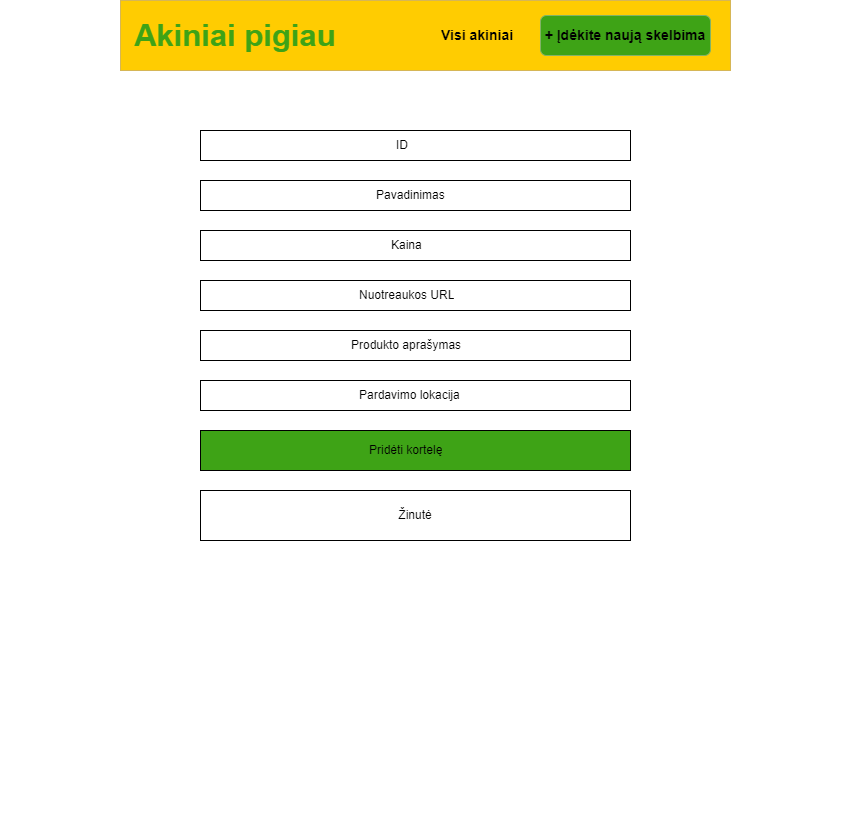
This is wireframes/addCard.png from pikolas666/type17-javascript-final-work, a draw.io export, as it was before one commit. Source tidied: cells renumbered, new cells last; positions are measured from the earlier drawing's top-left corner, leaving out a move shared by most shapes. The source it was exported from:
```xml
<mxGraphModel>
  <root>
    <mxCell id="0" />
    <mxCell id="1" parent="0" />
    <mxCell id="2" style="rounded=0;whiteSpace=wrap;html=1;fillColor=#fff2cc;strokeColor=#d6b656;" parent="1" vertex="1">
      <mxGeometry x="120" y="30" width="600" height="90" as="geometry" />
    </mxCell>
    <mxCell id="3" value="Akiniai pigiau" style="text;strokeColor=none;fillColor=none;align=center;verticalAlign=middle;spacingLeft=4;spacingRight=4;overflow=hidden;whiteSpace=wrap;html=1;horizontal=1;fontSize=31;fontStyle=1;fontColor=#3ea316;" parent="1" vertex="1">
      <mxGeometry x="130" y="45" width="230" height="60" as="geometry" />
    </mxCell>
    <mxCell id="4" style="rounded=0;whiteSpace=wrap;html=1;" parent="1" vertex="1">
      <mxGeometry x="120" y="120" width="600" height="590" as="geometry" />
    </mxCell>
    <mxCell id="5" value="&lt;b&gt;Visi akiniai&lt;/b&gt;" style="text;strokeColor=none;fillColor=none;align=left;verticalAlign=middle;spacingLeft=4;spacingRight=4;overflow=hidden;whiteSpace=wrap;html=1;fontSize=14;" parent="1" vertex="1">
      <mxGeometry x="425" y="60" width="90" height="30" as="geometry" />
    </mxCell>
    <mxCell id="6" value="&lt;font style=&quot;font-size: 14px;&quot;&gt;&lt;b&gt;+ Įdėkite naują skelbima&lt;/b&gt;&lt;/font&gt;" style="rounded=1;whiteSpace=wrap;html=1;fillColor=#3ea316;strokeColor=#82b366;" parent="1" vertex="1">
      <mxGeometry x="530" y="55" width="170" height="40" as="geometry" />
    </mxCell>
    <mxCell id="7" style="rounded=0;whiteSpace=wrap;html=1;labelBackgroundColor=#e6e6e6;dashed=1;dashPattern=1 4;strokeColor=none;" parent="1" vertex="1">
      <mxGeometry width="850" height="835" as="geometry" />
    </mxCell>
    <mxCell id="8" style="rounded=0;whiteSpace=wrap;html=1;fillColor=#FFCC01;strokeColor=#d6b656;" parent="1" vertex="1">
      <mxGeometry x="120" width="610" height="70" as="geometry" />
    </mxCell>
    <mxCell id="9" value="Akiniai pigiau" style="text;strokeColor=none;fillColor=none;align=center;verticalAlign=middle;spacingLeft=4;spacingRight=4;overflow=hidden;whiteSpace=wrap;html=1;horizontal=1;fontSize=31;fontStyle=1;fontColor=#3ea316;" parent="1" vertex="1">
      <mxGeometry x="120" y="5" width="230" height="60" as="geometry" />
    </mxCell>
    <mxCell id="10" value="&lt;b&gt;Visi akiniai&lt;/b&gt;" style="text;strokeColor=none;fillColor=none;align=left;verticalAlign=middle;spacingLeft=4;spacingRight=4;overflow=hidden;whiteSpace=wrap;html=1;fontSize=14;" parent="1" vertex="1">
      <mxGeometry x="435" y="20" width="90" height="30" as="geometry" />
    </mxCell>
    <mxCell id="11" value="&lt;font style=&quot;font-size: 14px;&quot;&gt;&lt;b&gt;+ Įdėkite naują skelbima&lt;/b&gt;&lt;/font&gt;" style="rounded=1;whiteSpace=wrap;html=1;fillColor=#3ea316;strokeColor=#82b366;" parent="1" vertex="1">
      <mxGeometry x="540" y="15" width="170" height="40" as="geometry" />
    </mxCell>
    <mxCell id="12" style="rounded=0;whiteSpace=wrap;html=1;" parent="1" vertex="1">
      <mxGeometry x="200" y="130" width="430" height="30" as="geometry" />
    </mxCell>
    <mxCell id="13" style="rounded=0;whiteSpace=wrap;html=1;" parent="1" vertex="1">
      <mxGeometry x="200" y="180" width="430" height="30" as="geometry" />
    </mxCell>
    <mxCell id="14" style="rounded=0;whiteSpace=wrap;html=1;" parent="1" vertex="1">
      <mxGeometry x="200" y="230" width="430" height="30" as="geometry" />
    </mxCell>
    <mxCell id="15" style="rounded=0;whiteSpace=wrap;html=1;" parent="1" vertex="1">
      <mxGeometry x="200" y="280" width="430" height="30" as="geometry" />
    </mxCell>
    <mxCell id="16" style="rounded=0;whiteSpace=wrap;html=1;" parent="1" vertex="1">
      <mxGeometry x="200" y="330" width="430" height="30" as="geometry" />
    </mxCell>
    <mxCell id="17" style="rounded=0;whiteSpace=wrap;html=1;" parent="1" vertex="1">
      <mxGeometry x="200" y="380" width="430" height="30" as="geometry" />
    </mxCell>
    <mxCell id="18" value="ID" style="text;strokeColor=none;fillColor=none;align=left;verticalAlign=middle;spacingLeft=4;spacingRight=4;overflow=hidden;whiteSpace=wrap;html=1;" parent="1" vertex="1">
      <mxGeometry x="390" y="130" width="80" height="30" as="geometry" />
    </mxCell>
    <mxCell id="19" value="Pavadinimas" style="text;strokeColor=none;fillColor=none;align=left;verticalAlign=middle;spacingLeft=4;spacingRight=4;overflow=hidden;whiteSpace=wrap;html=1;" parent="1" vertex="1">
      <mxGeometry x="370" y="180" width="80" height="30" as="geometry" />
    </mxCell>
    <mxCell id="20" value="Kaina" style="text;strokeColor=none;fillColor=none;align=left;verticalAlign=middle;spacingLeft=4;spacingRight=4;overflow=hidden;whiteSpace=wrap;html=1;" parent="1" vertex="1">
      <mxGeometry x="385" y="230" width="80" height="30" as="geometry" />
    </mxCell>
    <mxCell id="21" value="Nuotreaukos URL" style="text;strokeColor=none;fillColor=none;align=left;verticalAlign=middle;spacingLeft=4;spacingRight=4;overflow=hidden;whiteSpace=wrap;html=1;" parent="1" vertex="1">
      <mxGeometry x="352.5" y="280" width="115" height="30" as="geometry" />
    </mxCell>
    <mxCell id="22" value="Produkto aprašymas" style="text;strokeColor=none;fillColor=none;align=left;verticalAlign=middle;spacingLeft=4;spacingRight=4;overflow=hidden;whiteSpace=wrap;html=1;" parent="1" vertex="1">
      <mxGeometry x="345" y="330" width="140" height="30" as="geometry" />
    </mxCell>
    <mxCell id="23" value="Pardavimo lokacija" style="text;strokeColor=none;fillColor=none;align=left;verticalAlign=middle;spacingLeft=4;spacingRight=4;overflow=hidden;whiteSpace=wrap;html=1;" parent="1" vertex="1">
      <mxGeometry x="352.5" y="380" width="115" height="30" as="geometry" />
    </mxCell>
    <mxCell id="24" style="rounded=0;whiteSpace=wrap;html=1;fillColor=#3EA316;" parent="1" vertex="1">
      <mxGeometry x="200" y="430" width="430" height="40" as="geometry" />
    </mxCell>
    <mxCell id="25" value="Pridėti kortelę" style="text;strokeColor=none;fillColor=none;align=left;verticalAlign=middle;spacingLeft=4;spacingRight=4;overflow=hidden;whiteSpace=wrap;html=1;" parent="1" vertex="1">
      <mxGeometry x="362.5" y="435" width="105" height="30" as="geometry" />
    </mxCell>
    <mxCell id="26" value="Žinutė" style="rounded=0;whiteSpace=wrap;html=1;" parent="1" vertex="1">
      <mxGeometry x="200" y="490" width="430" height="50" as="geometry" />
    </mxCell>
  </root>
</mxGraphModel>
```
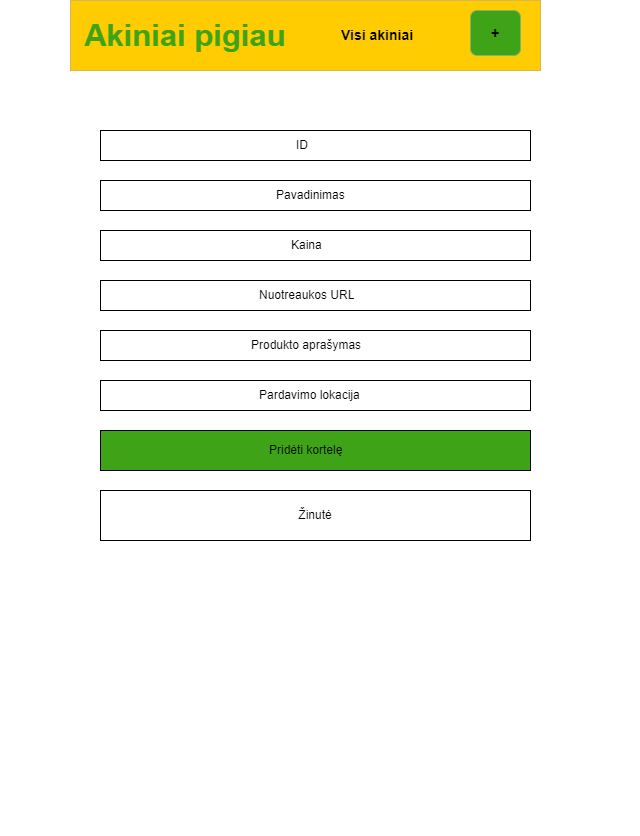
Above is the later version.

Commit message:
added wireframe for  mobile styles and adjusted css accordingly

Diff of the diagram source:
```diff
@@ -18,19 +18,19 @@
       <mxGeometry x="530" y="55" width="170" height="40" as="geometry" />
     </mxCell>
     <mxCell id="7" style="rounded=0;whiteSpace=wrap;html=1;labelBackgroundColor=#e6e6e6;dashed=1;dashPattern=1 4;strokeColor=none;" parent="1" vertex="1">
-      <mxGeometry width="850" height="835" as="geometry" />
+      <mxGeometry x="100" width="640" height="835" as="geometry" />
     </mxCell>
     <mxCell id="8" style="rounded=0;whiteSpace=wrap;html=1;fillColor=#FFCC01;strokeColor=#d6b656;" parent="1" vertex="1">
-      <mxGeometry x="120" width="610" height="70" as="geometry" />
+      <mxGeometry x="170" width="470" height="70" as="geometry" />
     </mxCell>
     <mxCell id="9" value="Akiniai pigiau" style="text;strokeColor=none;fillColor=none;align=center;verticalAlign=middle;spacingLeft=4;spacingRight=4;overflow=hidden;whiteSpace=wrap;html=1;horizontal=1;fontSize=31;fontStyle=1;fontColor=#3ea316;" parent="1" vertex="1">
-      <mxGeometry x="120" y="5" width="230" height="60" as="geometry" />
+      <mxGeometry x="170" y="5" width="230" height="60" as="geometry" />
     </mxCell>
     <mxCell id="10" value="&lt;b&gt;Visi akiniai&lt;/b&gt;" style="text;strokeColor=none;fillColor=none;align=left;verticalAlign=middle;spacingLeft=4;spacingRight=4;overflow=hidden;whiteSpace=wrap;html=1;fontSize=14;" parent="1" vertex="1">
       <mxGeometry x="435" y="20" width="90" height="30" as="geometry" />
     </mxCell>
-    <mxCell id="11" value="&lt;font style=&quot;font-size: 14px;&quot;&gt;&lt;b&gt;+ Įdėkite naują skelbima&lt;/b&gt;&lt;/font&gt;" style="rounded=1;whiteSpace=wrap;html=1;fillColor=#3ea316;strokeColor=#82b366;" parent="1" vertex="1">
-      <mxGeometry x="540" y="15" width="170" height="40" as="geometry" />
+    <mxCell id="11" value="&lt;font style=&quot;font-size: 14px;&quot;&gt;&lt;b&gt;+&lt;/b&gt;&lt;/font&gt;" style="rounded=1;whiteSpace=wrap;html=1;fillColor=#3ea316;strokeColor=#82b366;" parent="1" vertex="1">
+      <mxGeometry x="570" y="10" width="50" height="45" as="geometry" />
     </mxCell>
     <mxCell id="12" style="rounded=0;whiteSpace=wrap;html=1;" parent="1" vertex="1">
       <mxGeometry x="200" y="130" width="430" height="30" as="geometry" />
```
